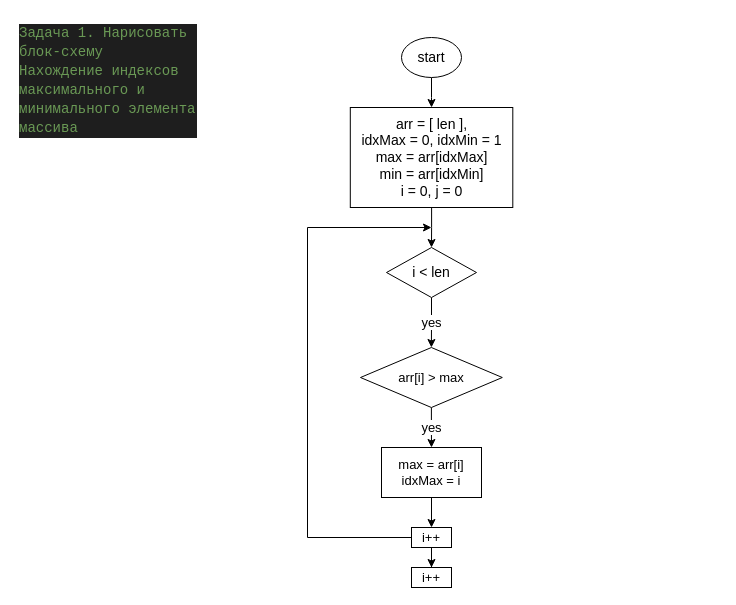
The draw.io diagram TaslListOther/task16/bd_1.drawio in KomkovMS/GB_CS2022, before the edit. Source tidied: cells renumbered, new cells numbered last; positions are measured from the earlier drawing's top-left corner, leaving out a move shared by most shapes. Both pictures are drawn from the tidied source at 100%, with x=0, y=0 at pixel (17, 17).
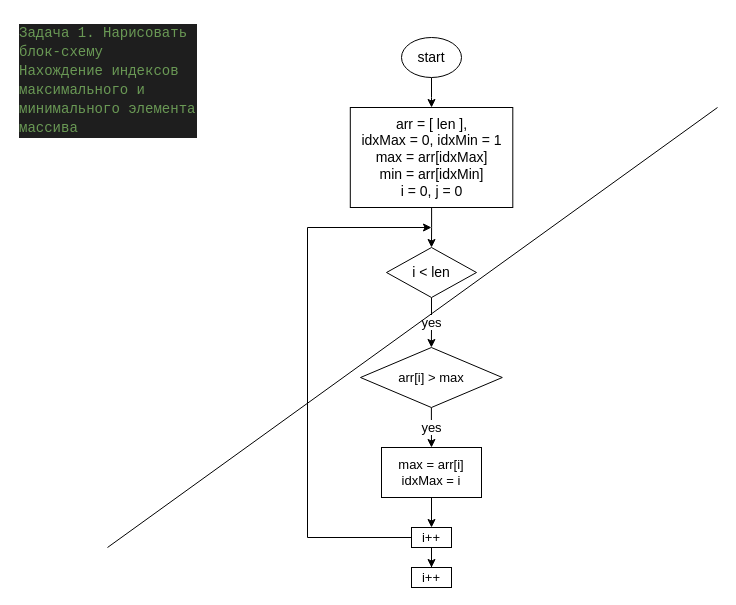
Above is the later version.

Commit message:
задача - Нахождение индексов максимального и минимального элемента

Diff of the diagram source:
```diff
@@
+    <mxCell id="17" style="endArrow=none;html=1;fontSize=24;" parent="1" edge="1">
+      <mxGeometry relative="1" as="geometry">
+        <mxPoint x="90" y="530" as="sourcePoint" />
+        <mxPoint x="700" y="90" as="targetPoint" />
+      </mxGeometry>
+    </mxCell>
```
